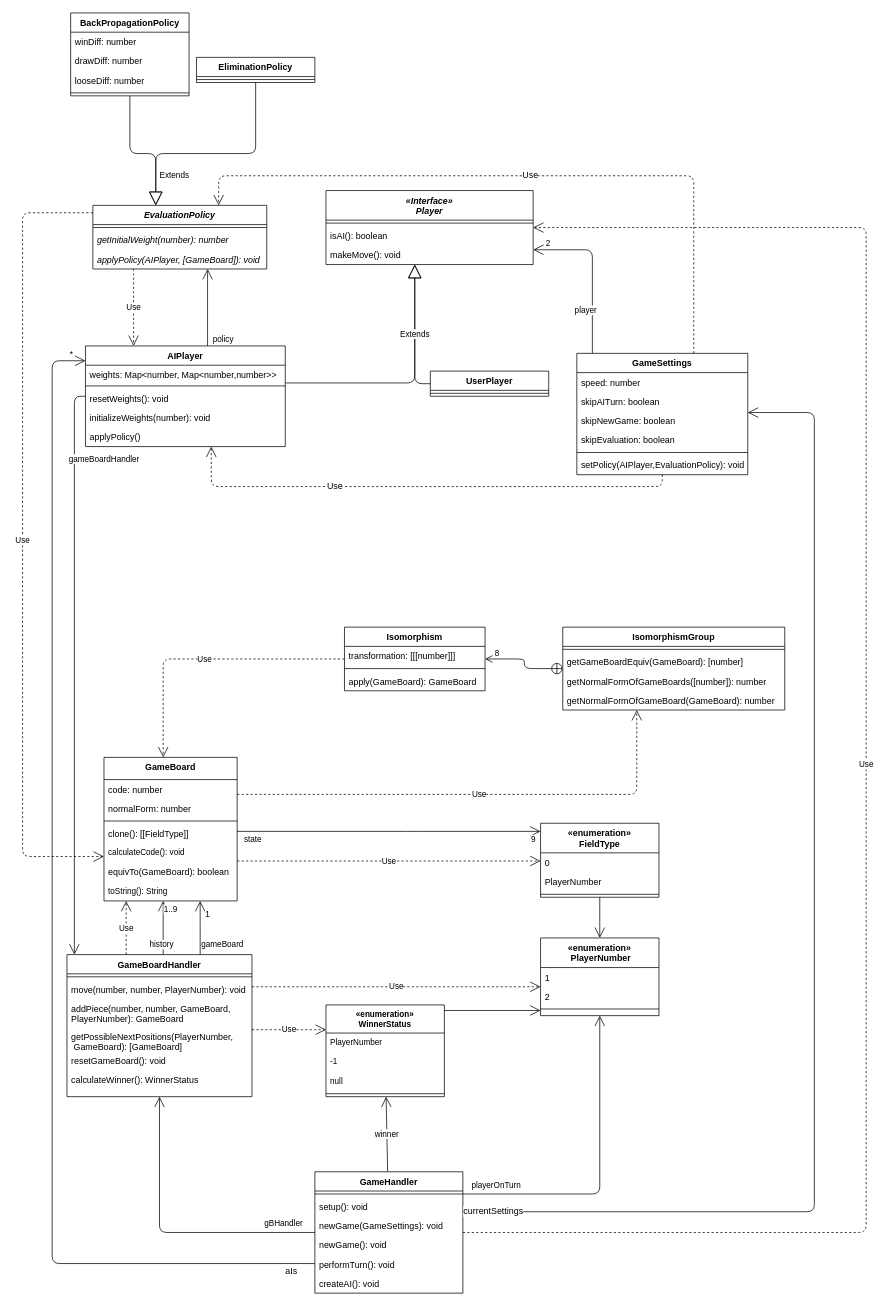
This is ProductBacklog/Klassendiagramme/Planung.drawio from idlaviV/TIKTacToe, a draw.io file, before an edit. Source tidied: cells renumbered, new cells numbered last; positions are measured from the earlier drawing's top-left corner, leaving out a move shared by most shapes. Both pictures are drawn from the tidied source at 74%, with x=0, y=0 at pixel (22, 13).
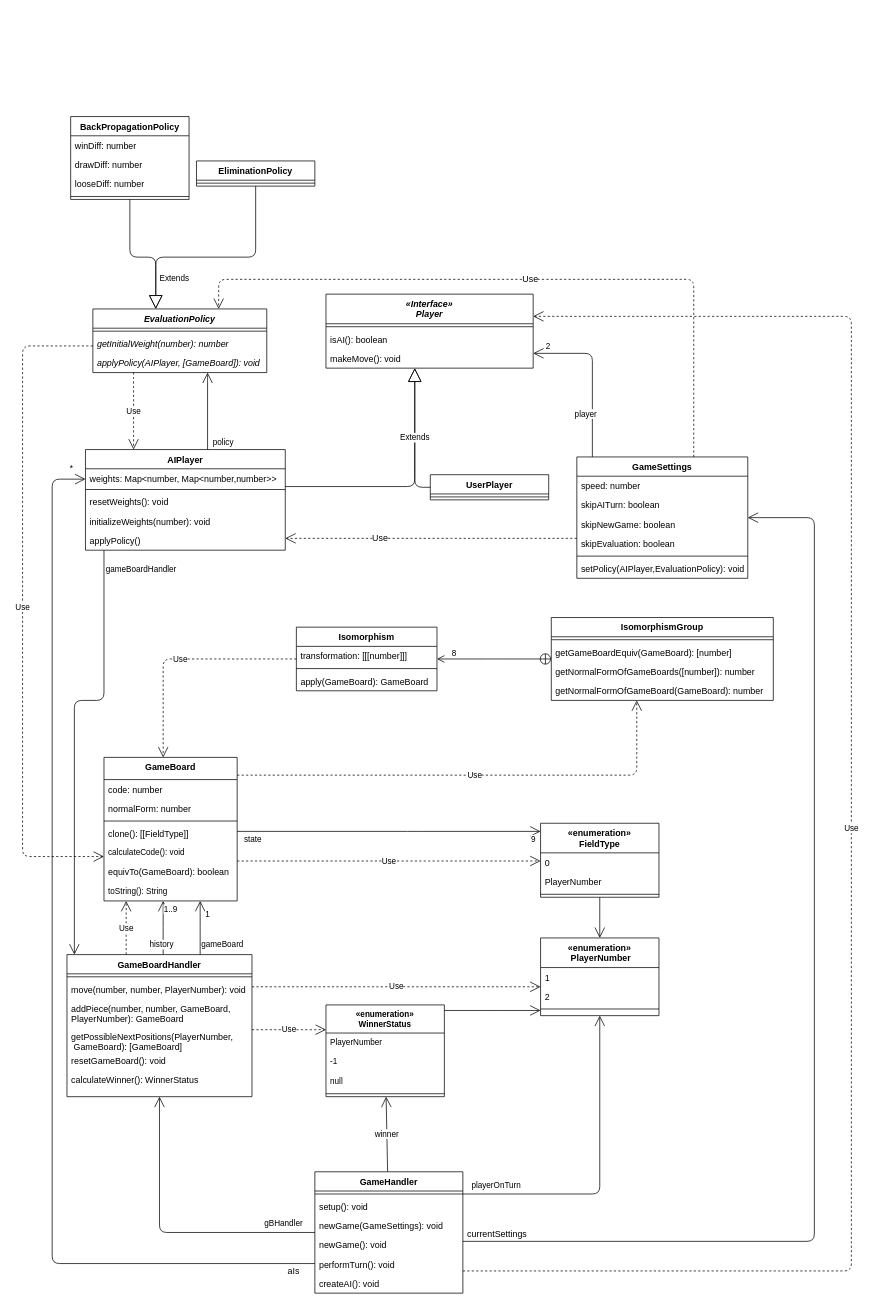
After the change.

Unchanged cells that the change refers to:
```xml
<mxCell id="2" value="GameBoard" style="swimlane;fontStyle=1;align=center;verticalAlign=top;horizontal=1;startSize=30;rounded=0;shadow=0;strokeWidth=1;" parent="1" vertex="1">
  <mxGeometry x="110" y="1006" width="180" height="194" as="geometry" />
</mxCell>
<mxCell id="10" value="GameBoardHandler" style="swimlane;fontStyle=1;align=center;verticalAlign=top;horizontal=1;startSize=26;rounded=0;shadow=0;strokeWidth=1;" parent="1" vertex="1">
  <mxGeometry x="60" y="1272.5" width="250" height="192" as="geometry" />
</mxCell>
<mxCell id="79" value="GameHandler" style="swimlane;fontStyle=1;align=center;verticalAlign=top;horizontal=1;startSize=26;labelBackgroundColor=default;fillStyle=auto;" parent="1" vertex="1">
  <mxGeometry x="395" y="1566" width="200" height="164" as="geometry" />
</mxCell>
```

Diff of the diagram source:
```diff
@@
     <mxCell id="35" value="Isomorphism" style="swimlane;fontStyle=1;align=center;verticalAlign=top;horizontal=1;startSize=26;rounded=0;" parent="1" vertex="1">
-      <mxGeometry x="435" y="830" width="190" height="86" as="geometry" />
+      <mxGeometry x="370" y="830" width="190" height="86" as="geometry" />
     </mxCell>
@@
     <mxCell id="39" value="IsomorphismGroup" style="swimlane;fontStyle=1;align=center;verticalAlign=top;horizontal=1;startSize=26;rounded=0;" parent="1" vertex="1">
-      <mxGeometry x="730" y="830" width="300" height="112" as="geometry" />
+      <mxGeometry x="714.5" y="817" width="300" height="112" as="geometry" />
     </mxCell>
@@
     <mxCell id="44" value="AIPlayer" style="swimlane;fontStyle=1;align=center;verticalAlign=top;horizontal=1;startSize=26;" parent="1" vertex="1">
-      <mxGeometry x="85" y="450" width="270" height="136" as="geometry" />
+      <mxGeometry x="85" y="590" width="270" height="136" as="geometry" />
     </mxCell>
@@
     <mxCell id="50" value="«Interface»&#10;Player" style="swimlane;fontStyle=3;align=center;verticalAlign=top;horizontal=1;startSize=40;" parent="1" vertex="1">
-      <mxGeometry x="410" y="240" width="280" height="100" as="geometry" />
+      <mxGeometry x="410" y="380" width="280" height="100" as="geometry" />
     </mxCell>
@@
     <mxCell id="54" value="UserPlayer" style="swimlane;fontStyle=1;align=center;verticalAlign=top;horizontal=1;startSize=26;labelBackgroundColor=none;fillStyle=auto;" parent="1" vertex="1">
-      <mxGeometry x="551" y="484" width="160" height="34" as="geometry" />
+      <mxGeometry x="551" y="624" width="160" height="34" as="geometry" />
     </mxCell>
@@
     <mxCell id="56" style="endArrow=block;endSize=16;endFill=0;html=1;edgeStyle=elbowEdgeStyle;" parent="1" edge="1" source="54" target="50">
       <mxGeometry x="-0.63" y="8" relative="1" as="geometry">
         <Array as="points">
-          <mxPoint x="530" y="450" />
-          <mxPoint x="555" y="440" />
-          <mxPoint x="530" y="512" />
+          <mxPoint x="530" y="590" />
+          <mxPoint x="555" y="580" />
+          <mxPoint x="530" y="652" />
         </Array>
       </mxGeometry>
     </mxCell>
     <mxCell id="57" value="EvaluationPolicy" style="swimlane;fontStyle=3;align=center;verticalAlign=top;horizontal=1;startSize=26;" parent="1" vertex="1">
-      <mxGeometry x="95" y="260" width="235" height="86" as="geometry" />
+      <mxGeometry x="95" y="400" width="235" height="86" as="geometry" />
     </mxCell>
@@
     <mxCell id="61" value="EliminationPolicy" style="swimlane;fontStyle=1;align=center;verticalAlign=top;horizontal=1;startSize=26;" parent="1" vertex="1">
-      <mxGeometry x="235" y="60" width="160" height="34" as="geometry" />
+      <mxGeometry x="235" y="200" width="160" height="34" as="geometry" />
     </mxCell>
@@
     <mxCell id="63" value="BackPropagationPolicy" style="swimlane;fontStyle=1;align=center;verticalAlign=top;horizontal=1;startSize=26;" parent="1" vertex="1">
-      <mxGeometry x="65" width="160" height="112" as="geometry" />
+      <mxGeometry x="65" y="140" width="160" height="112" as="geometry" />
     </mxCell>
@@
     <mxCell id="68" value="Extends" style="endArrow=block;endSize=16;endFill=0;html=1;edgeStyle=orthogonalEdgeStyle;elbow=vertical;" parent="1" edge="1" source="61" target="57">
       <mxGeometry x="0.73" y="25" relative="1" as="geometry">
         <Array as="points">
-          <mxPoint x="315" y="190" />
-          <mxPoint x="180" y="190" />
+          <mxPoint x="315" y="330" />
+          <mxPoint x="180" y="330" />
         </Array>
       </mxGeometry>
     </mxCell>
     <mxCell id="69" style="endArrow=block;endSize=16;endFill=0;html=1;edgeStyle=orthogonalEdgeStyle;elbow=vertical;" parent="1" edge="1" source="63" target="57">
       <mxGeometry x="-0.26" y="-20" relative="1" as="geometry">
         <Array as="points">
-          <mxPoint x="145" y="190" />
-          <mxPoint x="180" y="190" />
+          <mxPoint x="145" y="330" />
+          <mxPoint x="180" y="330" />
         </Array>
       </mxGeometry>
     </mxCell>
     <mxCell id="70" value="Use" style="endArrow=open;endSize=12;dashed=1;html=1;edgeStyle=elbowEdgeStyle;" parent="1" edge="1" source="57" target="44">
       <mxGeometry relative="1" as="geometry">
         <Array as="points">
-          <mxPoint x="150" y="350" />
+          <mxPoint x="150" y="490" />
         </Array>
       </mxGeometry>
     </mxCell>
     <mxCell id="71" value="Use" style="endArrow=open;endSize=12;dashed=1;html=1;edgeStyle=orthogonalEdgeStyle;elbow=vertical;" parent="1" edge="1" source="57" target="2">
       <mxGeometry relative="1" as="geometry">
         <Array as="points">
-          <mxPoint y="270" />
+          <mxPoint y="450" />
           <mxPoint y="1140" />
         </Array>
       </mxGeometry>
     </mxCell>
     <mxCell id="72" value="GameSettings" style="swimlane;fontStyle=1;align=center;verticalAlign=top;horizontal=1;startSize=26;" parent="1" vertex="1">
-      <mxGeometry x="749" y="460" width="231" height="164" as="geometry" />
+      <mxGeometry x="749" y="600" width="231" height="164" as="geometry" />
     </mxCell>
@@
     <mxCell id="86" value="aIs" style="endArrow=open;endSize=12;html=1;rounded=1;fontSize=12;elbow=vertical;edgeStyle=orthogonalEdgeStyle;" parent="1" edge="1" source="79" target="44">
       <mxGeometry x="-0.96" y="10" relative="1" as="geometry">
         <Array as="points">
           <mxPoint x="40" y="1690" />
-          <mxPoint x="40" y="470" />
+          <mxPoint x="40" y="630" />
         </Array>
       </mxGeometry>
     </mxCell>
@@
     <mxCell id="88" value="Use" style="endArrow=open;endSize=12;dashed=1;html=1;rounded=1;fontSize=12;edgeStyle=orthogonalEdgeStyle;" parent="1" edge="1" source="72" target="57">
       <mxGeometry relative="1" as="geometry">
         <Array as="points">
-          <mxPoint x="907" y="220" />
-          <mxPoint x="265" y="220" />
+          <mxPoint x="907" y="360" />
+          <mxPoint x="265" y="360" />
         </Array>
       </mxGeometry>
     </mxCell>
     <mxCell id="89" value="Use" style="endArrow=open;endSize=12;dashed=1;html=1;rounded=1;fontSize=12;edgeStyle=orthogonalEdgeStyle;" parent="1" edge="1" source="72" target="44">
       <mxGeometry x="0.35" relative="1" as="geometry">
         <Array as="points">
-          <mxPoint x="255" y="640" />
+          <mxPoint x="580" y="710" />
+          <mxPoint x="580" y="710" />
         </Array>
       </mxGeometry>
     </mxCell>
     <mxCell id="90" value="currentSettings" style="endArrow=open;endSize=12;html=1;rounded=1;fontSize=12;edgeStyle=orthogonalEdgeStyle;" parent="1" edge="1" source="79" target="72">
-      <mxGeometry x="-0.95" relative="1" as="geometry">
+      <mxGeometry x="-0.94" y="10" relative="1" as="geometry">
         <Array as="points">
-          <mxPoint x="1070" y="1620" />
-          <mxPoint x="1070" y="540" />
+          <mxPoint x="1070" y="1660" />
+          <mxPoint x="1070" y="682" />
         </Array>
       </mxGeometry>
     </mxCell>
@@
     <mxCell id="103" style="endArrow=open;endFill=1;endSize=12;html=1;edgeStyle=elbowEdgeStyle;" parent="1" edge="1" source="72" target="50">
       <mxGeometry relative="1" as="geometry">
         <Array as="points">
-          <mxPoint x="770" y="320" />
+          <mxPoint x="770" y="460" />
         </Array>
       </mxGeometry>
     </mxCell>
@@
     <mxCell id="106" value="Extends" style="endArrow=block;endSize=16;endFill=0;html=1;edgeStyle=elbowEdgeStyle;" parent="1" edge="1" source="44" target="50">
       <mxGeometry x="0.56" y="-20" relative="1" as="geometry">
         <Array as="points">
-          <mxPoint x="530" y="500" />
-          <mxPoint x="530" y="450" />
-          <mxPoint x="555" y="430" />
-          <mxPoint x="530" y="390" />
+          <mxPoint x="530" y="640" />
+          <mxPoint x="530" y="590" />
+          <mxPoint x="555" y="570" />
+          <mxPoint x="530" y="530" />
         </Array>
         <mxPoint x="-20" y="20" as="offset" />
       </mxGeometry>
     </mxCell>
@@
     <mxCell id="108" value="Use" style="endArrow=open;endSize=12;dashed=1;html=1;edgeStyle=elbowEdgeStyle;" parent="1" edge="1" source="2" target="39">
       <mxGeometry relative="1" as="geometry">
         <Array as="points">
-          <mxPoint x="830" y="1056" />
+          <mxPoint x="830" y="1030" />
           <mxPoint x="370" y="1146" />
         </Array>
       </mxGeometry>
     </mxCell>
-    <mxCell id="109" value="gameBoardHandler" style="endArrow=open;endSize=12;html=1;edgeStyle=elbowEdgeStyle;" parent="1" edge="1" source="44" target="10">
-      <mxGeometry x="-0.74" y="40" relative="1" as="geometry">
+    <mxCell id="109" value="gameBoardHandler" style="endArrow=open;endSize=12;html=1;edgeStyle=orthogonalEdgeStyle;" parent="1" edge="1" source="44" target="10">
+      <mxGeometry x="-0.91" y="50" relative="1" as="geometry">
         <Array as="points">
-          <mxPoint x="70" y="590" />
-          <mxPoint x="80" y="1010" />
+          <mxPoint x="110" y="929" />
+          <mxPoint x="70" y="929" />
         </Array>
       </mxGeometry>
     </mxCell>
-    <mxCell id="110" value="Use" style="endArrow=open;endSize=12;dashed=1;html=1;edgeStyle=elbowEdgeStyle;" parent="1" edge="1" source="79" target="50">
+    <mxCell id="110" value="Use" style="endArrow=open;endSize=12;dashed=1;html=1;edgeStyle=orthogonalEdgeStyle;" parent="1" edge="1" source="79" target="50">
       <mxGeometry relative="1" as="geometry">
         <Array as="points">
-          <mxPoint x="1140" y="1150" />
-          <mxPoint x="380" y="1400" />
+          <mxPoint x="1120" y="1700" />
+          <mxPoint x="1120" y="410" />
         </Array>
       </mxGeometry>
     </mxCell>
     <mxCell id="111" style="endArrow=open;endFill=1;endSize=12;html=1;edgeStyle=elbowEdgeStyle;" parent="1" edge="1" source="44" target="57">
       <mxGeometry relative="1" as="geometry">
         <Array as="points">
-          <mxPoint x="250" y="350" />
+          <mxPoint x="250" y="490" />
         </Array>
       </mxGeometry>
     </mxCell>
```
